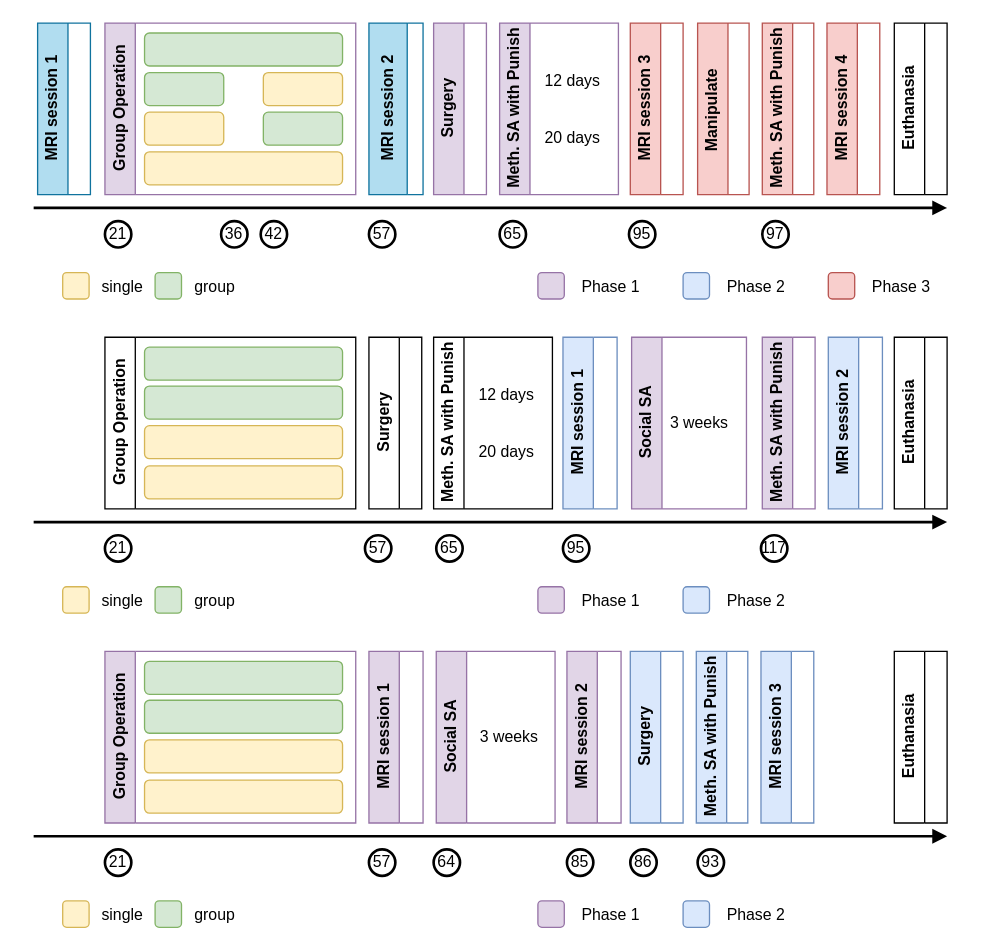
The draw.io diagram Untitled Diagram.drawio in Ernest861/demo, before the edit. Source tidied: cells renumbered, new cells numbered last; positions are measured from the earlier drawing's top-left corner, leaving out a move shared by most shapes. Both pictures are drawn from the tidied source at 132%, with x=0, y=0 at pixel (33, 22).
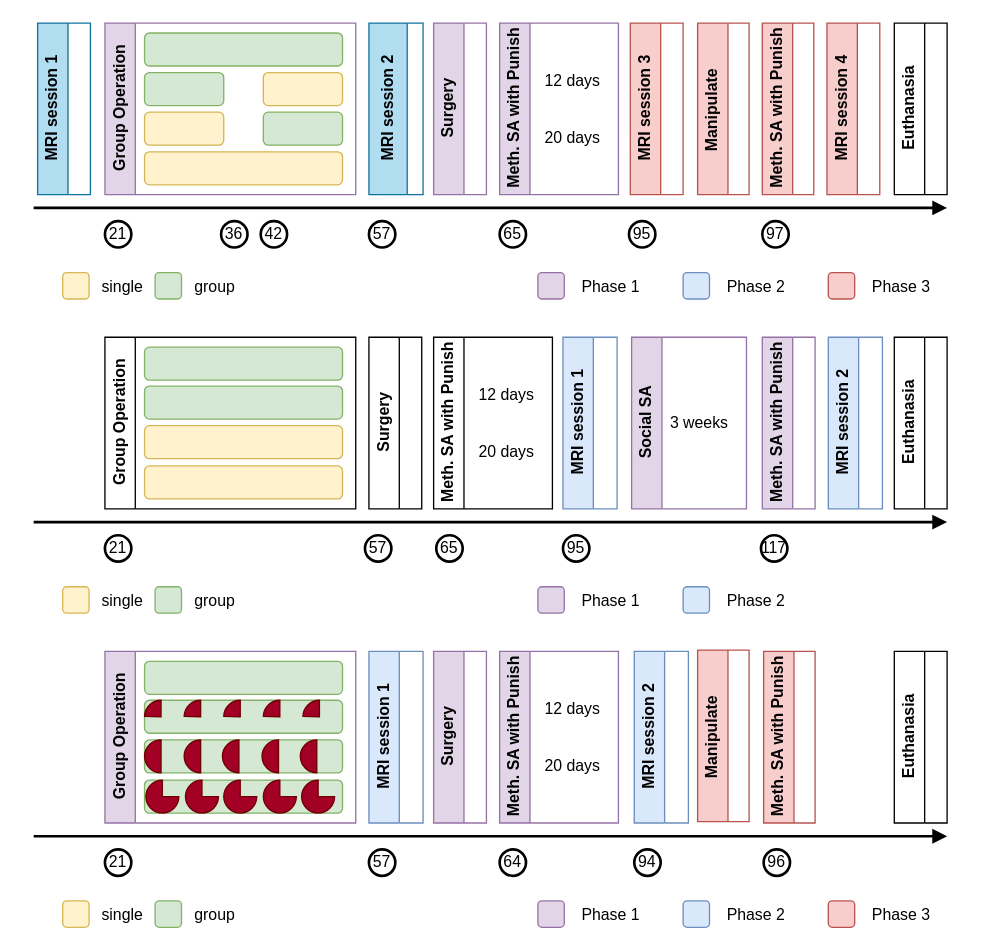
The same diagram, later.

Unchanged cells that the change refers to:
```xml
<mxCell id="60" value="Group Operation" style="swimlane;horizontal=0;whiteSpace=wrap;html=1;fillColor=#e1d5e7;strokeColor=#9673a6;" parent="1" vertex="1">
  <mxGeometry x="54" y="476" width="190" height="130" as="geometry" />
</mxCell>
```

Diff of the diagram source:
```diff
@@
-    <mxCell id="61" style="rounded=1;whiteSpace=wrap;html=1;fillColor=#fff2cc;strokeColor=#d6b656;" parent="60" vertex="1">
+    <mxCell id="61" style="rounded=1;whiteSpace=wrap;html=1;fillColor=#d5e8d4;strokeColor=#82b366;" parent="60" vertex="1">
       <mxGeometry x="30" y="97.5" width="150" height="25" as="geometry" />
     </mxCell>
@@
-    <mxCell id="64" style="rounded=1;whiteSpace=wrap;html=1;fillColor=#fff2cc;strokeColor=#d6b656;" parent="60" vertex="1">
+    <mxCell id="64" style="rounded=1;whiteSpace=wrap;html=1;fillColor=#d5e8d4;strokeColor=#82b366;" parent="60" vertex="1">
       <mxGeometry x="30" y="67" width="150" height="25" as="geometry" />
     </mxCell>
+    <mxCell id="93" style="group;" parent="60" vertex="1">
+      <mxGeometry x="30" y="37" width="145" height="25" as="geometry" />
+    </mxCell>
+    <mxCell id="94" style="verticalLabelPosition=bottom;verticalAlign=top;html=1;shape=mxgraph.basic.pie;startAngle=0.7531826745504864;endAngle=0;fillColor=#a20025;fontColor=#ffffff;strokeColor=#6F0000;" parent="93" vertex="1">
+      <mxGeometry x="30" width="25" height="25" as="geometry" />
+    </mxCell>
+    <mxCell id="95" style="verticalLabelPosition=bottom;verticalAlign=top;html=1;shape=mxgraph.basic.pie;startAngle=0.7531826745504864;endAngle=0;fillColor=#a20025;fontColor=#ffffff;strokeColor=#6F0000;" parent="93" vertex="1">
+      <mxGeometry x="60" width="25" height="25" as="geometry" />
+    </mxCell>
+    <mxCell id="96" style="verticalLabelPosition=bottom;verticalAlign=top;html=1;shape=mxgraph.basic.pie;startAngle=0.7531826745504864;endAngle=0;fillColor=#a20025;fontColor=#ffffff;strokeColor=#6F0000;" parent="93" vertex="1">
+      <mxGeometry x="90" width="25" height="25" as="geometry" />
+    </mxCell>
+    <mxCell id="97" style="verticalLabelPosition=bottom;verticalAlign=top;html=1;shape=mxgraph.basic.pie;startAngle=0.7531826745504864;endAngle=0;fillColor=#a20025;fontColor=#ffffff;strokeColor=#6F0000;" parent="93" vertex="1">
+      <mxGeometry x="120" width="25" height="25" as="geometry" />
+    </mxCell>
+    <mxCell id="98" style="verticalLabelPosition=bottom;verticalAlign=top;html=1;shape=mxgraph.basic.pie;startAngle=0.7531826745504864;endAngle=0;fillColor=#a20025;fontColor=#ffffff;strokeColor=#6F0000;" parent="93" vertex="1">
+      <mxGeometry width="25" height="25" as="geometry" />
+    </mxCell>
+    <mxCell id="99" style="group;" parent="60" vertex="1">
+      <mxGeometry x="30" y="67" width="143" height="25" as="geometry" />
+    </mxCell>
+    <mxCell id="100" style="verticalLabelPosition=bottom;verticalAlign=top;html=1;shape=mxgraph.basic.pie;startAngle=0.5;endAngle=0;fillColor=#a20025;fontColor=#ffffff;strokeColor=#6F0000;" parent="99" vertex="1">
+      <mxGeometry width="25" height="25" as="geometry" />
+    </mxCell>
+    <mxCell id="101" style="verticalLabelPosition=bottom;verticalAlign=top;html=1;shape=mxgraph.basic.pie;startAngle=0.5;endAngle=0;fillColor=#a20025;fontColor=#ffffff;strokeColor=#6F0000;" parent="99" vertex="1">
+      <mxGeometry x="30" width="25" height="25" as="geometry" />
+    </mxCell>
+    <mxCell id="102" style="verticalLabelPosition=bottom;verticalAlign=top;html=1;shape=mxgraph.basic.pie;startAngle=0.5;endAngle=0;fillColor=#a20025;fontColor=#ffffff;strokeColor=#6F0000;" parent="99" vertex="1">
+      <mxGeometry x="59" width="25" height="25" as="geometry" />
+    </mxCell>
+    <mxCell id="103" style="verticalLabelPosition=bottom;verticalAlign=top;html=1;shape=mxgraph.basic.pie;startAngle=0.5;endAngle=0;fillColor=#a20025;fontColor=#ffffff;strokeColor=#6F0000;" parent="99" vertex="1">
+      <mxGeometry x="89" width="25" height="25" as="geometry" />
+    </mxCell>
+    <mxCell id="104" style="verticalLabelPosition=bottom;verticalAlign=top;html=1;shape=mxgraph.basic.pie;startAngle=0.5;endAngle=0;fillColor=#a20025;fontColor=#ffffff;strokeColor=#6F0000;" parent="99" vertex="1">
+      <mxGeometry x="118" width="25" height="25" as="geometry" />
+    </mxCell>
+    <mxCell id="105" style="group;" parent="60" vertex="1">
+      <mxGeometry x="31" y="97.5" width="143" height="25" as="geometry" />
+    </mxCell>
+    <mxCell id="106" style="verticalLabelPosition=bottom;verticalAlign=top;html=1;shape=mxgraph.basic.pie;startAngle=0.25;endAngle=0;fillColor=#a20025;fontColor=#ffffff;strokeColor=#6F0000;" parent="105" vertex="1">
+      <mxGeometry width="25" height="25" as="geometry" />
+    </mxCell>
+    <mxCell id="107" style="verticalLabelPosition=bottom;verticalAlign=top;html=1;shape=mxgraph.basic.pie;startAngle=0.25;endAngle=0;fillColor=#a20025;fontColor=#ffffff;strokeColor=#6F0000;" parent="105" vertex="1">
+      <mxGeometry x="30" width="25" height="25" as="geometry" />
+    </mxCell>
+    <mxCell id="108" style="verticalLabelPosition=bottom;verticalAlign=top;html=1;shape=mxgraph.basic.pie;startAngle=0.25;endAngle=0;fillColor=#a20025;fontColor=#ffffff;strokeColor=#6F0000;fontStyle=0;" parent="105" vertex="1">
+      <mxGeometry x="118" width="25" height="25" as="geometry" />
+    </mxCell>
+    <mxCell id="109" style="verticalLabelPosition=bottom;verticalAlign=top;html=1;shape=mxgraph.basic.pie;startAngle=0.25;endAngle=0;fillColor=#a20025;fontColor=#ffffff;strokeColor=#6F0000;" parent="105" vertex="1">
+      <mxGeometry x="59" width="25" height="25" as="geometry" />
+    </mxCell>
+    <mxCell id="110" style="verticalLabelPosition=bottom;verticalAlign=top;html=1;shape=mxgraph.basic.pie;startAngle=0.25;endAngle=0;fillColor=#a20025;fontColor=#ffffff;strokeColor=#6F0000;" parent="105" vertex="1">
+      <mxGeometry x="89" width="25" height="25" as="geometry" />
+    </mxCell>
@@
     <mxCell id="67" value="64" style="ellipse;whiteSpace=wrap;html=1;strokeWidth=2;" parent="1" vertex="1">
-      <mxGeometry x="303" y="626" width="20" height="20" as="geometry" />
+      <mxGeometry x="353" y="626" width="20" height="20" as="geometry" />
     </mxCell>
-    <mxCell id="68" value="Surgery" style="swimlane;horizontal=0;whiteSpace=wrap;html=1;fillColor=#dae8fc;strokeColor=#6c8ebf;" parent="1" vertex="1">
-      <mxGeometry x="452" y="476" width="40" height="130" as="geometry" />
-    </mxCell>
-    <mxCell id="69" value="Social SA" style="swimlane;horizontal=0;whiteSpace=wrap;html=1;fillColor=#e1d5e7;strokeColor=#9673a6;" parent="1" vertex="1">
-      <mxGeometry x="305" y="476" width="90" height="130" as="geometry" />
-    </mxCell>
-    <mxCell id="70" value="&lt;div&gt;3 weeks&lt;/div&gt;" style="text;html=1;align=center;verticalAlign=middle;strokeColor=none;fillColor=none;" parent="69" vertex="1">
-      <mxGeometry x="20" y="50" width="70" height="30" as="geometry" />
-    </mxCell>
-    <mxCell id="71" value="85" style="ellipse;whiteSpace=wrap;html=1;strokeWidth=2;" parent="1" vertex="1">
-      <mxGeometry x="404" y="626" width="20" height="20" as="geometry" />
+    <mxCell id="71" value="94" style="ellipse;whiteSpace=wrap;html=1;strokeWidth=2;" parent="1" vertex="1">
+      <mxGeometry x="455" y="626" width="20" height="20" as="geometry" />
     </mxCell>
-    <mxCell id="72" value="MRI session 1" style="swimlane;horizontal=0;whiteSpace=wrap;html=1;fillColor=#e1d5e7;strokeColor=#9673a6;" parent="1" vertex="1">
+    <mxCell id="72" value="MRI session 1" style="swimlane;horizontal=0;whiteSpace=wrap;html=1;fillColor=#dae8fc;strokeColor=#6c8ebf;" parent="1" vertex="1">
       <mxGeometry x="254" y="476" width="41" height="130" as="geometry" />
     </mxCell>
-    <mxCell id="73" value="MRI session 3" style="swimlane;horizontal=0;whiteSpace=wrap;html=1;fillColor=#dae8fc;strokeColor=#6c8ebf;" parent="1" vertex="1">
-      <mxGeometry x="551" y="476" width="40" height="130" as="geometry" />
-    </mxCell>
-    <mxCell id="74" value="93" style="ellipse;whiteSpace=wrap;html=1;strokeWidth=2;" parent="1" vertex="1">
-      <mxGeometry x="503" y="626" width="20" height="20" as="geometry" />
+    <mxCell id="74" value="96" style="ellipse;whiteSpace=wrap;html=1;strokeWidth=2;" parent="1" vertex="1">
+      <mxGeometry x="553" y="626" width="20" height="20" as="geometry" />
     </mxCell>
-    <mxCell id="75" value="Meth. SA with Punish" style="swimlane;horizontal=0;whiteSpace=wrap;html=1;fillColor=#dae8fc;strokeColor=#6c8ebf;" parent="1" vertex="1">
-      <mxGeometry x="502" y="476" width="39" height="130" as="geometry" />
+    <mxCell id="75" value="Meth. SA with Punish" style="swimlane;horizontal=0;whiteSpace=wrap;html=1;fillColor=#f8cecc;strokeColor=#b85450;" parent="1" vertex="1">
+      <mxGeometry x="553" y="476" width="39" height="130" as="geometry" />
     </mxCell>
@@
-    <mxCell id="85" value="MRI session 2" style="swimlane;horizontal=0;whiteSpace=wrap;html=1;fillColor=#e1d5e7;strokeColor=#9673a6;" parent="1" vertex="1">
-      <mxGeometry x="404" y="476" width="41" height="130" as="geometry" />
+    <mxCell id="85" value="MRI session 2" style="swimlane;horizontal=0;whiteSpace=wrap;html=1;fillColor=#dae8fc;strokeColor=#6c8ebf;" parent="1" vertex="1">
+      <mxGeometry x="455" y="476" width="41" height="130" as="geometry" />
     </mxCell>
-    <mxCell id="86" value="86" style="ellipse;whiteSpace=wrap;html=1;strokeWidth=2;" parent="1" vertex="1">
-      <mxGeometry x="452" y="626" width="20" height="20" as="geometry" />
-    </mxCell>
@@
+    <mxCell id="68" value="Surgery" style="swimlane;horizontal=0;whiteSpace=wrap;html=1;fillColor=#e1d5e7;strokeColor=#9673a6;" parent="1" vertex="1">
+      <mxGeometry x="303" y="476" width="40" height="130" as="geometry" />
+    </mxCell>
+    <mxCell id="111" value="Meth. SA with Punish" style="swimlane;horizontal=0;whiteSpace=wrap;html=1;fillColor=#e1d5e7;strokeColor=#9673a6;" parent="1" vertex="1">
+      <mxGeometry x="353" y="476" width="90" height="130" as="geometry" />
+    </mxCell>
+    <mxCell id="112" value="&lt;div&gt;12 days&lt;/div&gt;&lt;div&gt;&lt;br&gt;&lt;/div&gt;&lt;div&gt;&lt;br&gt;&lt;/div&gt;20 days" style="text;html=1;align=center;verticalAlign=middle;strokeColor=none;fillColor=none;" parent="111" vertex="1">
+      <mxGeometry x="20" y="30" width="70" height="70" as="geometry" />
+    </mxCell>
+    <mxCell id="113" value="Manipulate&amp;nbsp;" style="swimlane;horizontal=0;whiteSpace=wrap;html=1;fillColor=#f8cecc;strokeColor=#b85450;" parent="1" vertex="1">
+      <mxGeometry x="503" y="475" width="39" height="130" as="geometry" />
+    </mxCell>
+    <mxCell id="114" value="Phase 3" style="text;html=1;align=center;verticalAlign=bottom;strokeColor=none;fillColor=none;" parent="1" vertex="1">
+      <mxGeometry x="622" y="655" width="70" height="30" as="geometry" />
+    </mxCell>
+    <mxCell id="115" style="rounded=1;whiteSpace=wrap;html=1;fillColor=#f8cecc;strokeColor=#b85450;" parent="1" vertex="1">
+      <mxGeometry x="602" y="665" width="20" height="20" as="geometry" />
+    </mxCell>
```
